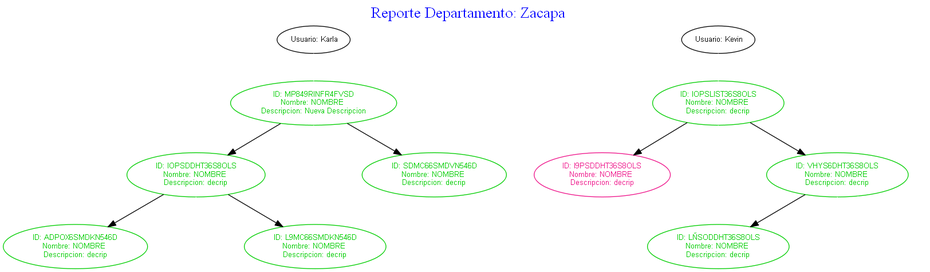
Before: P1_VJ2020/ReporteAVL.png, a diagram exported from Graphviz (KimberlyEstupe/P1_VJ2020). Its source is kept beside it as P1_VJ2020/ReporteAVL.dot.
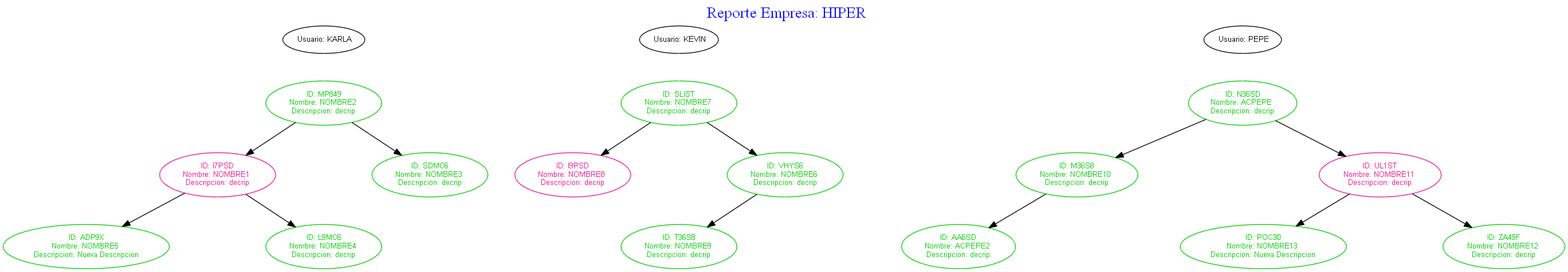
After the change.

Diff of the diagram source:
```diff
@@ -2,58 +2,93 @@
 rankdir = Lista;
 node [shape = ellipse fontname="Arial" fontsize="10"]
 graph [nodesep = 0.5]
-label = < <font color='blue'> <font point-size='20'> Reporte Departamento: Zacapa </font></font>>;
+label = < <font color='blue'> <font point-size='20'> Reporte Empresa: HIPER </font></font>>;
 labelloc = "t";
-NKarla -> NMP849RINFR4FVSD[color=white];
- NIOPSDDHT36S8OLS -> NADPOX6SMDKN546D;
- NIOPSDDHT36S8OLS -> MIOPSDDHT36S8OLS[color=white];
- NIOPSDDHT36S8OLS -> NL9MC66SMDKN546D;
- NMP849RINFR4FVSD -> NIOPSDDHT36S8OLS;
- NMP849RINFR4FVSD -> MMP849RINFR4FVSD[color=white];
- NMP849RINFR4FVSD -> NSDMC66SMDVN546D;
+NKARLA -> NMP849[color=white];
+ NI7PSD -> NADP9X;
+ NI7PSD -> MI7PSD[color=white];
+ NI7PSD -> NL9MC6;
+ NMP849 -> NI7PSD;
+ NMP849 -> MMP849[color=white];
+ NMP849 -> NSDMC6;
 
-NKarla[label=" Usuario: Karla"];
- NADPOX6SMDKN546D [label=" ID: ADPOX6SMDKN546D
-Nombre: NOMBRE
+NKARLA[label=" Usuario: KARLA"];
+ NADP9X [label=" ID: ADP9X
+Nombre: NOMBRE5
+Descripcion: Nueva Descripcion", color=green3, fontcolor=green3];
+ NI7PSD [label=" ID: I7PSD
+Nombre: NOMBRE1
+Descripcion: decrip", color=deeppink2, fontcolor=deeppink2];
+ MI7PSD [label=" Invis", color=white, bgcolor=white, fontcolor=white];
+ NL9MC6 [label=" ID: L9MC6
+Nombre: NOMBRE4
 Descripcion: decrip", color=green3, fontcolor=green3];
- NIOPSDDHT36S8OLS [label=" ID: IOPSDDHT36S8OLS
-Nombre: NOMBRE
+ NMP849 [label=" ID: MP849
+Nombre: NOMBRE2
 Descripcion: decrip", color=green3, fontcolor=green3];
- MIOPSDDHT36S8OLS [label=" Invis", color=white, bgcolor=white, fontcolor=white];
- NL9MC66SMDKN546D [label=" ID: L9MC66SMDKN546D
-Nombre: NOMBRE
-Descripcion: decrip", color=green3, fontcolor=green3];
- NMP849RINFR4FVSD [label=" ID: MP849RINFR4FVSD
-Nombre: NOMBRE
-Descripcion: Nueva Descripcion", color=green3, fontcolor=green3];
- MMP849RINFR4FVSD [label=" Invis", color=white, bgcolor=white, fontcolor=white];
- NSDMC66SMDVN546D [label=" ID: SDMC66SMDVN546D
-Nombre: NOMBRE
+ MMP849 [label=" Invis", color=white, bgcolor=white, fontcolor=white];
+ NSDMC6 [label=" ID: SDMC6
+Nombre: NOMBRE3
 Descripcion: decrip", color=green3, fontcolor=green3];
 
-NKevin -> NIOPSLIST36S8OLS[color=white];
- NIOPSLIST36S8OLS -> NI9PSDDHT36S8OLS;
- NIOPSLIST36S8OLS -> MIOPSLIST36S8OLS[color=white];
- NIOPSLIST36S8OLS -> NVHYS6DHT36S8OLS;
- NVHYS6DHT36S8OLS -> NLÑSODDHT36S8OLS;
- NVHYS6DHT36S8OLS -> MVHYS6DHT36S8OLS[color=white];
- NVHYS6DHT36S8OLS -> DVHYS6DHT36S8OLS[color=white];
+NKEVIN -> NSLIST[color=white];
+ NSLIST -> NI9PSD;
+ NSLIST -> MSLIST[color=white];
+ NSLIST -> NVHYS6;
+ NVHYS6 -> NT36S8;
+ NVHYS6 -> MVHYS6[color=white];
+ NVHYS6 -> DVHYS6[color=white];
 
-NKevin[label=" Usuario: Kevin"];
- NI9PSDDHT36S8OLS [label=" ID: I9PSDDHT36S8OLS
-Nombre: NOMBRE
+NKEVIN[label=" Usuario: KEVIN"];
+ NI9PSD [label=" ID: I9PSD
+Nombre: NOMBRE8
 Descripcion: decrip", color=deeppink2, fontcolor=deeppink2];
- NIOPSLIST36S8OLS [label=" ID: IOPSLIST36S8OLS
-Nombre: NOMBRE
+ NSLIST [label=" ID: SLIST
+Nombre: NOMBRE7
 Descripcion: decrip", color=green3, fontcolor=green3];
- MIOPSLIST36S8OLS [label=" Invis", color=white, bgcolor=white, fontcolor=white];
- NLÑSODDHT36S8OLS [label=" ID: LÑSODDHT36S8OLS
-Nombre: NOMBRE
+ MSLIST [label=" Invis", color=white, bgcolor=white, fontcolor=white];
+ NT36S8 [label=" ID: T36S8
+Nombre: NOMBRE9
 Descripcion: decrip", color=green3, fontcolor=green3];
- NVHYS6DHT36S8OLS [label=" ID: VHYS6DHT36S8OLS
-Nombre: NOMBRE
+ NVHYS6 [label=" ID: VHYS6
+Nombre: NOMBRE6
 Descripcion: decrip", color=green3, fontcolor=green3];
- MVHYS6DHT36S8OLS [label=" Invis", color=white, bgcolor=white, fontcolor=white];
- DVHYS6DHT36S8OLS [label=" Invis", color=white, bgcolor=white, fontcolor=white];
+ MVHYS6 [label=" Invis", color=white, bgcolor=white, fontcolor=white];
+ DVHYS6 [label=" Invis", color=white, bgcolor=white, fontcolor=white];
+
+NPEPE -> NN36SD[color=white];
+ NM36S8 -> NAA6SD;
+ NM36S8 -> MM36S8[color=white];
+ NM36S8 -> DM36S8[color=white];
+ NN36SD -> NM36S8;
+ NN36SD -> MN36SD[color=white];
+ NN36SD -> NUL1ST;
+ NUL1ST -> NPOC30;
+ NUL1ST -> MUL1ST[color=white];
+ NUL1ST -> NZA49F;
+
+NPEPE[label=" Usuario: PEPE"];
+ NAA6SD [label=" ID: AA6SD
+Nombre: ACPEPE2
+Descripcion: decrip", color=green3, fontcolor=green3];
+ NM36S8 [label=" ID: M36S8
+Nombre: NOMBRE10
+Descripcion: decrip", color=green3, fontcolor=green3];
+ MM36S8 [label=" Invis", color=white, bgcolor=white, fontcolor=white];
+ DM36S8 [label=" Invis", color=white, bgcolor=white, fontcolor=white];
+ NN36SD [label=" ID: N36SD
+Nombre: ACPEPE
+Descripcion: decrip", color=green3, fontcolor=green3];
+ MN36SD [label=" Invis", color=white, bgcolor=white, fontcolor=white];
+ NPOC30 [label=" ID: POC30
+Nombre: NOMBRE13
+Descripcion: Nueva Descripcion", color=green3, fontcolor=green3];
+ NUL1ST [label=" ID: UL1ST
+Nombre: NOMBRE11
+Descripcion: decrip", color=deeppink2, fontcolor=deeppink2];
+ MUL1ST [label=" Invis", color=white, bgcolor=white, fontcolor=white];
+ NZA49F [label=" ID: ZA49F
+Nombre: NOMBRE12
+Descripcion: decrip", color=green3, fontcolor=green3];
 
 }
```
